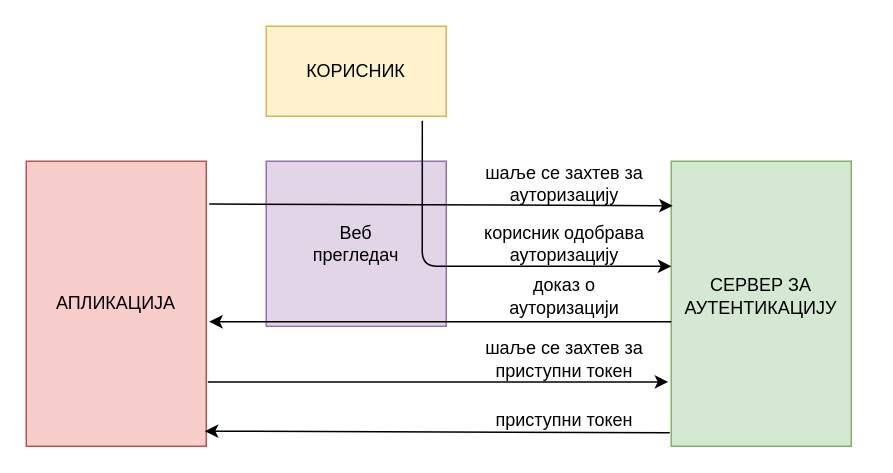
miki208/master-rad keeps this draw.io diagram as rad/dijagrami/oauth2.drawio. Above is the earlier version. Source tidied: cells renumbered, new cells numbered last; positions are measured from the earlier drawing's top-left corner, leaving out a move shared by most shapes. Both pictures are drawn from the tidied source at 150%, with x=0, y=0 at pixel (26, 26).
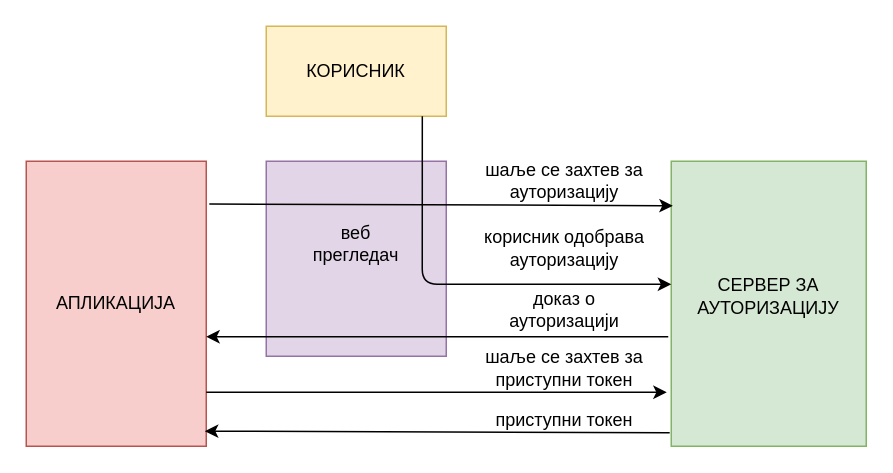
After the change.

Unchanged cells that the change refers to:
```xml
<mxCell id="4" style="rounded=0;whiteSpace=wrap;html=1;fillColor=#fff2cc;strokeColor=#d6b656;" parent="1" vertex="1">
  <mxGeometry x="160" width="120" height="60" as="geometry" />
</mxCell>
```

What changed in the source:
```diff
@@
     <mxCell id="6" style="rounded=0;whiteSpace=wrap;html=1;fillColor=#e1d5e7;strokeColor=#9673a6;" parent="1" vertex="1">
-      <mxGeometry x="160" y="90" width="120" height="110" as="geometry" />
+      <mxGeometry x="160" y="90" width="120" height="130" as="geometry" />
     </mxCell>
-    <mxCell id="7" value="Веб&lt;br&gt;прегледач" style="text;html=1;strokeColor=none;fillColor=none;align=center;verticalAlign=middle;whiteSpace=wrap;rounded=0;" parent="1" vertex="1">
+    <mxCell id="7" value="веб&lt;br&gt;прегледач" style="text;html=1;strokeColor=none;fillColor=none;align=center;verticalAlign=middle;whiteSpace=wrap;rounded=0;" parent="1" vertex="1">
       <mxGeometry x="180" y="130" width="80" height="30" as="geometry" />
     </mxCell>
     <mxCell id="8" style="rounded=0;whiteSpace=wrap;html=1;fillColor=#d5e8d4;strokeColor=#82b366;" parent="1" vertex="1">
-      <mxGeometry x="430" y="90" width="120" height="190" as="geometry" />
+      <mxGeometry x="430" y="90" width="130" height="190" as="geometry" />
     </mxCell>
-    <mxCell id="9" value="СЕРВЕР ЗА&lt;br&gt;АУТЕНТИКАЦИЈУ" style="text;html=1;strokeColor=none;fillColor=none;align=center;verticalAlign=middle;whiteSpace=wrap;rounded=0;" parent="1" vertex="1">
-      <mxGeometry x="430" y="165" width="120" height="30" as="geometry" />
+    <mxCell id="9" value="СЕРВЕР ЗА&lt;br&gt;АУТОРИЗАЦИЈУ" style="text;html=1;strokeColor=none;fillColor=none;align=center;verticalAlign=middle;whiteSpace=wrap;rounded=0;" parent="1" vertex="1">
+      <mxGeometry x="435" y="165" width="120" height="30" as="geometry" />
     </mxCell>
@@
     <mxCell id="11" value="шаље се захтев за ауторизацију" style="text;html=1;strokeColor=none;fillColor=none;align=center;verticalAlign=middle;whiteSpace=wrap;rounded=0;" parent="1" vertex="1">
-      <mxGeometry x="304" y="90" width="110" height="30" as="geometry" />
+      <mxGeometry x="304" y="88" width="110" height="30" as="geometry" />
     </mxCell>
-    <mxCell id="12" style="endArrow=classic;html=1;edgeStyle=orthogonalEdgeStyle;exitX=0.867;exitY=1.05;exitDx=0;exitDy=0;exitPerimeter=0;" parent="1" edge="1" source="4" target="8">
+    <mxCell id="12" style="endArrow=classic;html=1;edgeStyle=orthogonalEdgeStyle;exitX=0.867;exitY=1;exitDx=0;exitDy=0;exitPerimeter=0;" parent="1" edge="1" source="4">
       <mxGeometry relative="1" as="geometry">
+        <mxPoint x="430" y="172" as="targetPoint" />
         <Array as="points">
-          <mxPoint x="264" y="160" />
+          <mxPoint x="264" y="172" />
         </Array>
       </mxGeometry>
     </mxCell>
     <mxCell id="13" value="корисник одобрава ауторизацију" style="text;html=1;strokeColor=none;fillColor=none;align=center;verticalAlign=middle;whiteSpace=wrap;rounded=0;" parent="1" vertex="1">
-      <mxGeometry x="302" y="135" width="114" height="20" as="geometry" />
+      <mxGeometry x="302" y="138" width="114" height="20" as="geometry" />
     </mxCell>
     <mxCell id="14" style="endArrow=classic;html=1;" parent="1" edge="1">
       <mxGeometry relative="1" as="geometry">
-        <mxPoint x="430" y="197" as="sourcePoint" />
-        <mxPoint x="122" y="197" as="targetPoint" />
+        <mxPoint x="428" y="207" as="sourcePoint" />
+        <mxPoint x="120" y="207" as="targetPoint" />
       </mxGeometry>
     </mxCell>
     <mxCell id="15" value="доказ о ауторизацији" style="text;html=1;strokeColor=none;fillColor=none;align=center;verticalAlign=middle;whiteSpace=wrap;rounded=0;" parent="1" vertex="1">
-      <mxGeometry x="304" y="165" width="110" height="30" as="geometry" />
+      <mxGeometry x="304" y="174" width="110" height="30" as="geometry" />
     </mxCell>
     <mxCell id="16" style="endArrow=classic;html=1;entryX=-0.017;entryY=0.811;entryDx=0;entryDy=0;entryPerimeter=0;exitX=1.008;exitY=0.811;exitDx=0;exitDy=0;exitPerimeter=0;" parent="1" edge="1">
       <mxGeometry relative="1" as="geometry">
-        <mxPoint x="121" y="237.1" as="sourcePoint" />
-        <mxPoint x="428" y="237.1" as="targetPoint" />
+        <mxPoint x="120" y="244" as="sourcePoint" />
+        <mxPoint x="427" y="244" as="targetPoint" />
       </mxGeometry>
     </mxCell>
     <mxCell id="17" value="шаље се захтев за приступни токен" style="text;html=1;strokeColor=none;fillColor=none;align=center;verticalAlign=middle;whiteSpace=wrap;rounded=0;" parent="1" vertex="1">
-      <mxGeometry x="294" y="207" width="130" height="30" as="geometry" />
+      <mxGeometry x="294" y="213" width="130" height="30" as="geometry" />
     </mxCell>
```
